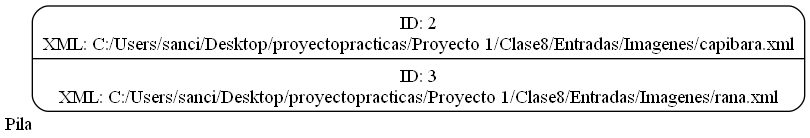
Before: Proyecto 1/Clase8/reportes/pila.png, a diagram exported from Graphviz (C-arl-os/-IPC2_ProyectoVD2024_-202201131). Its source is kept beside it as Proyecto 1/Clase8/reportesdot/pila.dot.
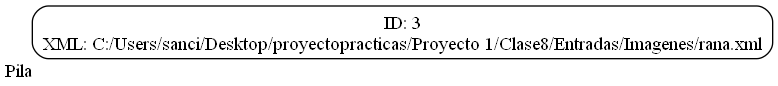
Above is the later version.

Change to the diagram source:
```diff
@@ -1,5 +1,5 @@
 digraph G {
     rankdir=LR;
     node[shape=Mrecord];
-    Pila[xlabel="Pila" label="ID: 2\nXML: C:/Users/sanci/Desktop/proyectopracticas/Proyecto 1/Clase8/Entradas/Imagenes/capibara.xml\n|ID: 3\nXML: C:/Users/sanci/Desktop/proyectopracticas/Proyecto 1/Clase8/Entradas/Imagenes/rana.xml\n"];
+    Pila[xlabel="Pila" label="ID: 3\nXML: C:/Users/sanci/Desktop/proyectopracticas/Proyecto 1/Clase8/Entradas/Imagenes/rana.xml\n"];
 }
```
